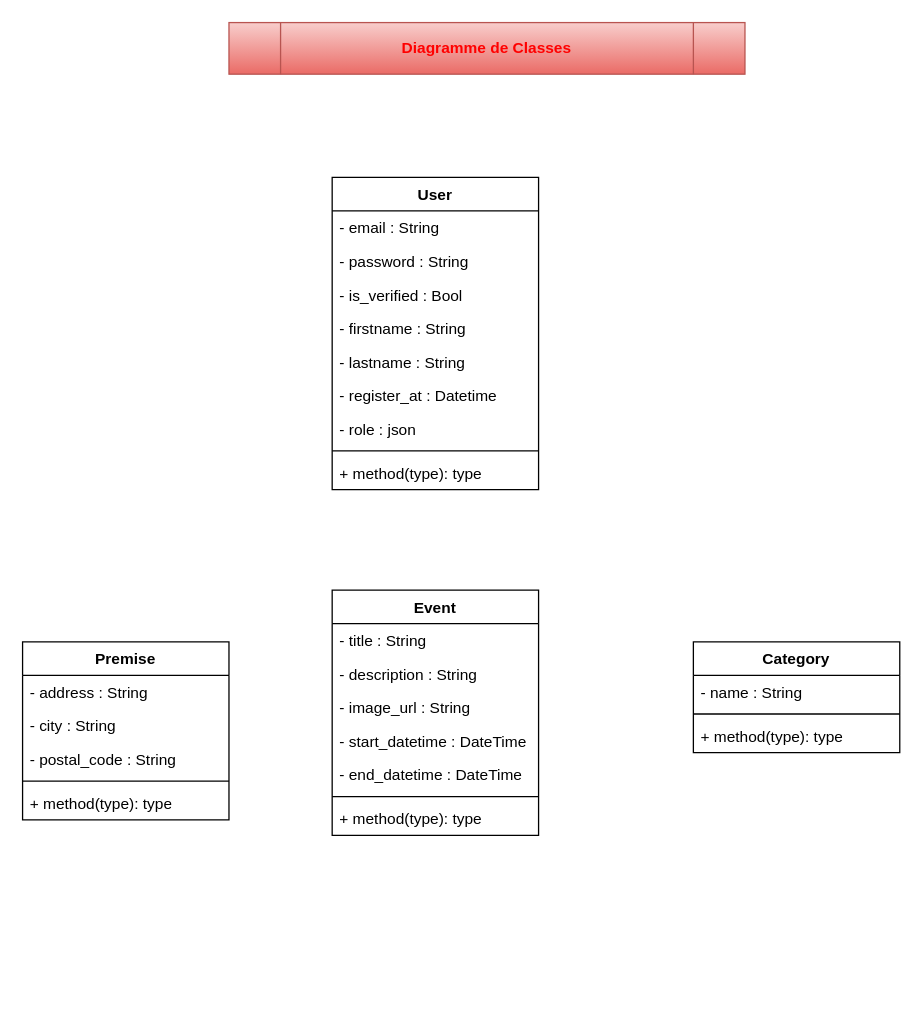
The draw.io diagram UML/Classe_Projet_Fil_Rouge.drawio in Mzk-Ali/M2I_Projet_Fil_Rouge_Conception, before the edit. Source tidied: cells renumbered, new cells numbered last; positions are measured from the earlier drawing's top-left corner, leaving out a move shared by most shapes. Both pictures are drawn from the tidied source at 129%, with x=0, y=0 at pixel (22, 22).
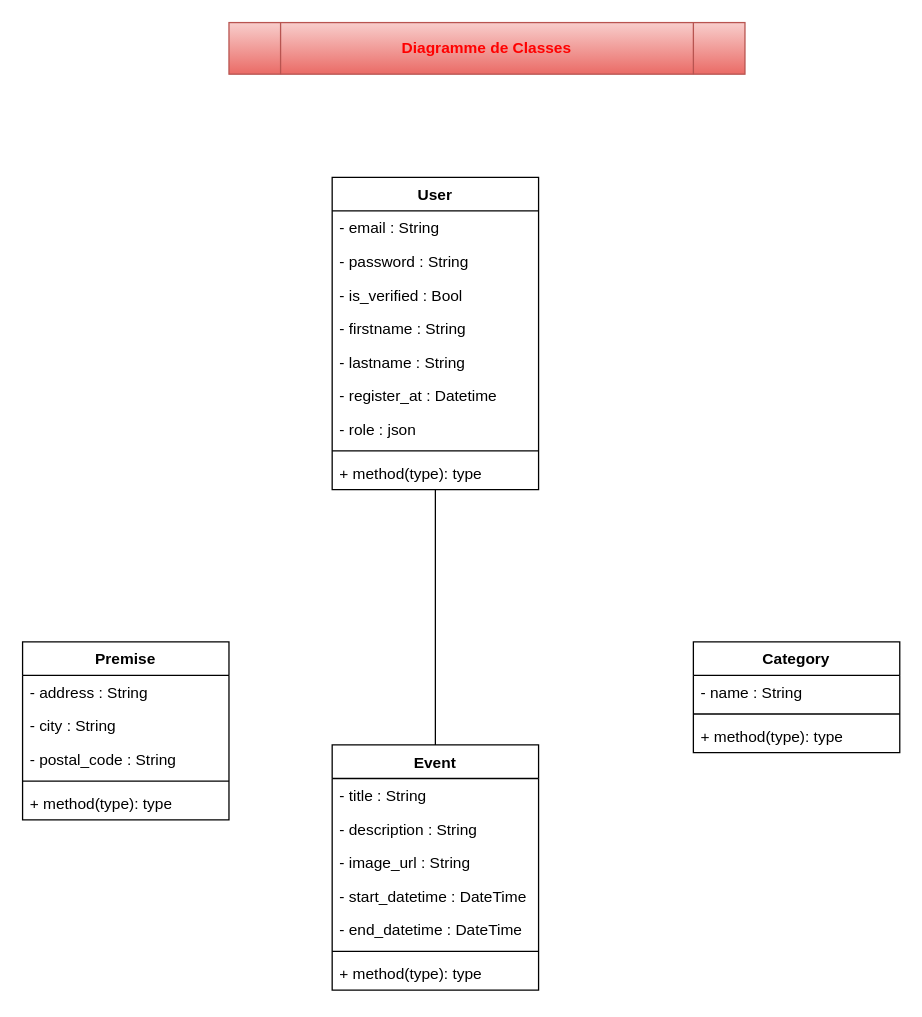
After the change.

Commit message (it also covers changes not shown here):
Mettre à jour Classe_Projet_Fil_Rouge.drawio

The change refers to these unchanged cells:
```xml
<mxCell id="3" value="User" style="swimlane;fontStyle=1;align=center;verticalAlign=top;horizontal=1;startSize=26;whiteSpace=wrap;html=1;" parent="1" vertex="1">
  <mxGeometry x="240" y="120" width="160" height="242" as="geometry" />
</mxCell>
```

Diff of the diagram source:
```diff
@@
+    <mxCell id="31" style="rounded=0;jettySize=auto;html=1;endArrow=none;endFill=0;" parent="1" edge="1" source="3" target="13">
+      <mxGeometry relative="1" as="geometry" />
+    </mxCell>
@@
     <mxCell id="13" value="Event" style="swimlane;fontStyle=1;align=center;verticalAlign=top;horizontal=1;startSize=26;whiteSpace=wrap;html=1;" parent="1" vertex="1">
-      <mxGeometry x="240" y="440" width="160" height="190" as="geometry" />
+      <mxGeometry x="240" y="560" width="160" height="190" as="geometry" />
     </mxCell>
```
